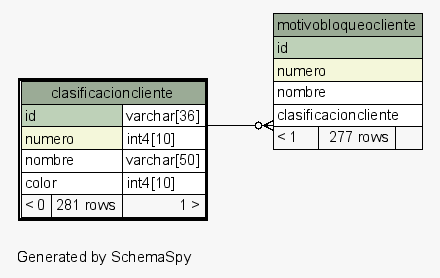
Earlier version of the Graphviz export postgresql/schemaSpy/salida/diagrams/clasificacioncliente.1degree.png (diegopablomansilla/massoftware_front). Its source is kept beside it as postgresql/schemaSpy/salida/diagrams/clasificacioncliente.1degree.dot.
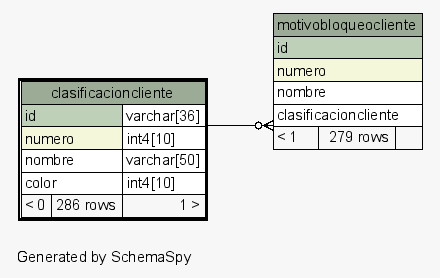
The same diagram one commit later.

The edit, as a diff of the source:
```diff
@@ -26,7 +26,7 @@
       <TR><TD PORT="numero" COLSPAN="2" BGCOLOR="#f4f7da" ALIGN="LEFT">numero</TD><TD PORT="numero.type" ALIGN="LEFT">int4[10]</TD></TR>
       <TR><TD PORT="nombre" COLSPAN="2" ALIGN="LEFT">nombre</TD><TD PORT="nombre.type" ALIGN="LEFT">varchar[50]</TD></TR>
       <TR><TD PORT="color" COLSPAN="2" ALIGN="LEFT">color</TD><TD PORT="color.type" ALIGN="LEFT">int4[10]</TD></TR>
-      <TR><TD ALIGN="LEFT" BGCOLOR="#f7f7f7">&lt; 0</TD><TD ALIGN="RIGHT" BGCOLOR="#f7f7f7">281 rows</TD><TD ALIGN="RIGHT" BGCOLOR="#f7f7f7">1 &gt;</TD></TR>
+      <TR><TD ALIGN="LEFT" BGCOLOR="#f7f7f7">&lt; 0</TD><TD ALIGN="RIGHT" BGCOLOR="#f7f7f7">286 rows</TD><TD ALIGN="RIGHT" BGCOLOR="#f7f7f7">1 &gt;</TD></TR>
     </TABLE>>
     URL="clasificacioncliente.html"
     tooltip="clasificacioncliente"
@@ -39,7 +39,7 @@
       <TR><TD PORT="numero" COLSPAN="3" BGCOLOR="#f4f7da" ALIGN="LEFT">numero</TD></TR>
       <TR><TD PORT="nombre" COLSPAN="3" ALIGN="LEFT">nombre</TD></TR>
       <TR><TD PORT="clasificacioncliente" COLSPAN="3" ALIGN="LEFT">clasificacioncliente</TD></TR>
-      <TR><TD ALIGN="LEFT" BGCOLOR="#f7f7f7">&lt; 1</TD><TD ALIGN="RIGHT" BGCOLOR="#f7f7f7">277 rows</TD><TD ALIGN="RIGHT" BGCOLOR="#f7f7f7">  </TD></TR>
+      <TR><TD ALIGN="LEFT" BGCOLOR="#f7f7f7">&lt; 1</TD><TD ALIGN="RIGHT" BGCOLOR="#f7f7f7">279 rows</TD><TD ALIGN="RIGHT" BGCOLOR="#f7f7f7">  </TD></TR>
     </TABLE>>
     URL="motivobloqueocliente.html"
     tooltip="motivobloqueocliente"
```
